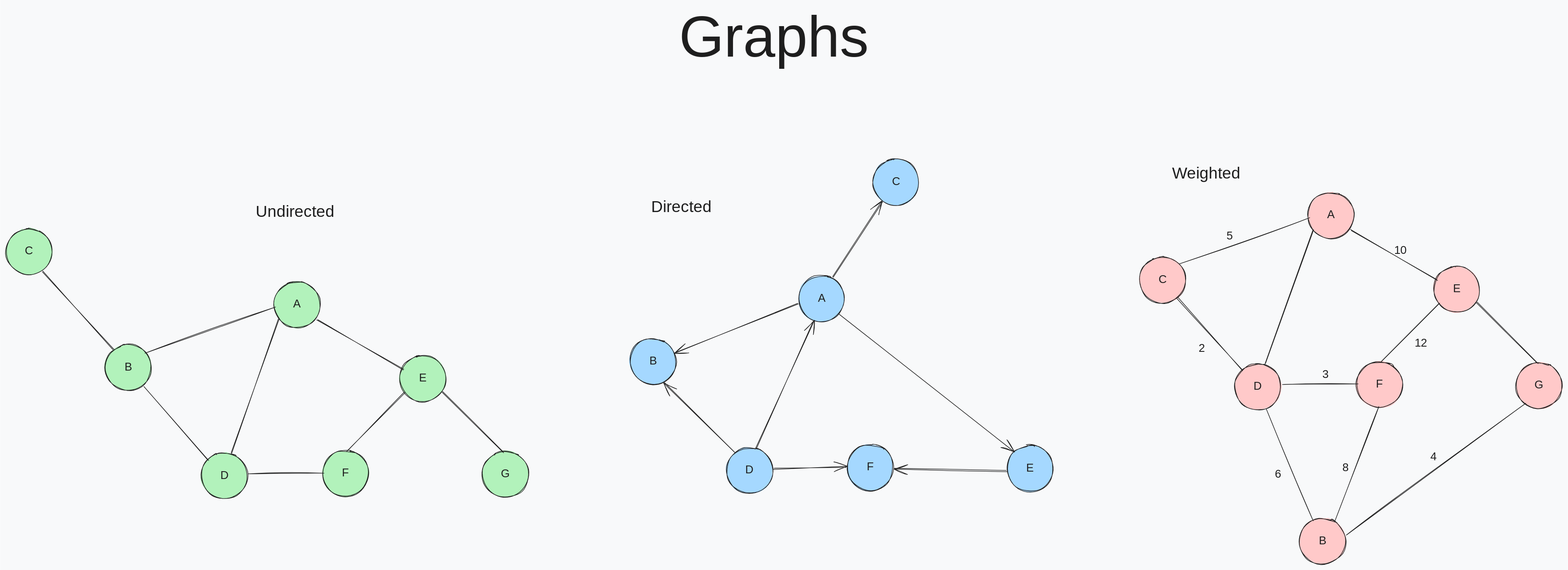
Before: Complex DS/Graphs/Graphs.svg, a diagram exported from Excalidraw (PDochev/Data-Structures-and-Algorithms). Source tidied: one line per element, renumbered; positions are measured from the earlier drawing's top-left corner, leaving out a move shared by most shapes. Its diagram source:
```json
{"id": 0, "type": "ellipse", "strokeColor": "#1e1e1e", "backgroundColor": "#b2f2bb", "fillStyle": "solid", "strokeWidth": 1, "roughness": 1, "round": true, "x": 467, "y": 481, "width": 80, "height": 80}
{"id": 1, "type": "text", "text": "A", "strokeColor": "#1e1e1e", "backgroundColor": "#e9ecef", "fillStyle": "solid", "strokeWidth": 1, "roughness": 1, "fontSize": 20, "fontFamily": 5, "textAlign": "center", "verticalAlign": "middle", "inside": 0, "x": 500, "y": 508, "width": 14, "height": 25}
{"id": 2, "type": "ellipse", "strokeColor": "#1e1e1e", "backgroundColor": "#b2f2bb", "fillStyle": "solid", "strokeWidth": 1, "roughness": 1, "round": true, "x": 173, "y": 590, "width": 80, "height": 80}
{"id": 3, "type": "text", "text": "B", "strokeColor": "#1e1e1e", "backgroundColor": "#e9ecef", "fillStyle": "solid", "strokeWidth": 1, "roughness": 1, "fontSize": 20, "fontFamily": 5, "textAlign": "center", "verticalAlign": "middle", "inside": 2, "x": 206, "y": 618, "width": 15, "height": 25}
{"id": 4, "type": "ellipse", "strokeColor": "#1e1e1e", "backgroundColor": "#b2f2bb", "fillStyle": "solid", "strokeWidth": 1, "roughness": 1, "round": true, "x": 0, "y": 388, "width": 80, "height": 80}
{"id": 5, "type": "text", "text": "C", "strokeColor": "#1e1e1e", "backgroundColor": "#e9ecef", "fillStyle": "solid", "strokeWidth": 1, "roughness": 1, "fontSize": 20, "fontFamily": 5, "textAlign": "center", "verticalAlign": "middle", "inside": 4, "x": 34, "y": 416, "width": 13, "height": 25}
{"id": 6, "type": "ellipse", "strokeColor": "#1e1e1e", "backgroundColor": "#b2f2bb", "fillStyle": "solid", "strokeWidth": 1, "roughness": 1, "round": true, "x": 340, "y": 779, "width": 80, "height": 80}
{"id": 7, "type": "text", "text": "D", "strokeColor": "#1e1e1e", "backgroundColor": "#e9ecef", "fillStyle": "solid", "strokeWidth": 1, "roughness": 1, "fontSize": 20, "fontFamily": 5, "textAlign": "center", "verticalAlign": "middle", "inside": 6, "x": 373, "y": 807, "width": 16, "height": 25}
{"id": 8, "type": "ellipse", "strokeColor": "#1e1e1e", "backgroundColor": "#b2f2bb", "fillStyle": "solid", "strokeWidth": 1, "roughness": 1, "round": true, "x": 686, "y": 609, "width": 80, "height": 80}
{"id": 9, "type": "text", "text": "E", "strokeColor": "#1e1e1e", "backgroundColor": "#e9ecef", "fillStyle": "solid", "strokeWidth": 1, "roughness": 1, "fontSize": 20, "fontFamily": 5, "textAlign": "center", "verticalAlign": "middle", "inside": 8, "x": 719, "y": 637, "width": 14, "height": 25}
{"id": 10, "type": "ellipse", "strokeColor": "#1e1e1e", "backgroundColor": "#b2f2bb", "fillStyle": "solid", "strokeWidth": 1, "roughness": 1, "round": true, "x": 551, "y": 775, "width": 80, "height": 80}
{"id": 11, "type": "text", "text": "F", "strokeColor": "#1e1e1e", "backgroundColor": "#e9ecef", "fillStyle": "solid", "strokeWidth": 1, "roughness": 1, "fontSize": 20, "fontFamily": 5, "textAlign": "center", "verticalAlign": "middle", "inside": 10, "x": 585, "y": 803, "width": 14, "height": 25}
{"id": 12, "type": "ellipse", "strokeColor": "#1e1e1e", "backgroundColor": "#b2f2bb", "fillStyle": "solid", "strokeWidth": 1, "roughness": 1, "round": true, "x": 830, "y": 776, "width": 80, "height": 80}
{"id": 13, "type": "text", "text": "G", "strokeColor": "#1e1e1e", "backgroundColor": "#e9ecef", "fillStyle": "solid", "strokeWidth": 1, "roughness": 1, "fontSize": 20, "fontFamily": 5, "textAlign": "center", "verticalAlign": "middle", "inside": 12, "x": 862, "y": 804, "width": 16, "height": 25}
{"id": 14, "type": "line", "strokeColor": "#1e1e1e", "backgroundColor": "#e9ecef", "fillStyle": "solid", "strokeWidth": 1, "roughness": 1, "round": true, "x": 475, "y": 546, "width": 83, "height": 234, "points": [[0, 0], [-83, 234]]}
{"id": 15, "type": "line", "strokeColor": "#1e1e1e", "backgroundColor": "#e9ecef", "fillStyle": "solid", "strokeWidth": 1, "roughness": 1, "round": true, "x": 240, "y": 664, "width": 112, "height": 127, "points": [[0, 0], [112, 127]]}
{"id": 16, "type": "line", "strokeColor": "#1e1e1e", "backgroundColor": "#e9ecef", "fillStyle": "solid", "strokeWidth": 1, "roughness": 1, "round": true, "x": 187, "y": 598, "width": 123, "height": 136, "points": [[0, 0], [-123, -136]]}
{"id": 17, "type": "line", "strokeColor": "#1e1e1e", "backgroundColor": "#e9ecef", "fillStyle": "solid", "strokeWidth": 1, "roughness": 1, "round": true, "x": 542, "y": 546, "width": 151, "height": 87, "points": [[0, 0], [151, 87]]}
{"id": 18, "type": "line", "strokeColor": "#1e1e1e", "backgroundColor": "#e9ecef", "fillStyle": "solid", "strokeWidth": 1, "roughness": 1, "round": true, "x": 760, "y": 672, "width": 106, "height": 106, "points": [[0, 0], [106, 106]]}
{"id": 19, "type": "line", "strokeColor": "#1e1e1e", "backgroundColor": "#e9ecef", "fillStyle": "solid", "strokeWidth": 1, "roughness": 1, "round": true, "x": 695, "y": 675, "width": 101, "height": 101, "points": [[0, 0], [-101, 101]]}
{"id": 20, "type": "text", "text": "Undirected", "strokeColor": "#1e1e1e", "backgroundColor": "#e9ecef", "fillStyle": "solid", "strokeWidth": 1, "roughness": 1, "fontSize": 28, "fontFamily": 5, "textAlign": "center", "x": 430, "y": 343, "width": 147, "height": 35}
{"id": 21, "type": "line", "strokeColor": "#1e1e1e", "backgroundColor": "#a5d8ff", "fillStyle": "hachure", "strokeWidth": 1, "roughness": 1, "x": 422, "y": 816, "width": 132, "height": 1, "points": [[0, 0], [132, -1]]}
{"id": 22, "type": "line", "strokeColor": "#1e1e1e", "backgroundColor": "#a5d8ff", "fillStyle": "hachure", "strokeWidth": 1, "roughness": 1, "x": 242, "y": 606, "width": 227, "height": 81, "points": [[0, 0], [227, -81]]}
{"id": 23, "type": "ellipse", "strokeColor": "#1e1e1e", "backgroundColor": "#a5d8ff", "fillStyle": "solid", "strokeWidth": 1, "roughness": 1, "round": true, "x": 1381, "y": 470, "width": 80, "height": 80}
{"id": 24, "type": "text", "text": "A", "strokeColor": "#1e1e1e", "backgroundColor": "#e9ecef", "fillStyle": "solid", "strokeWidth": 1, "roughness": 1, "fontSize": 20, "fontFamily": 5, "textAlign": "center", "verticalAlign": "middle", "inside": 23, "x": 1414, "y": 498, "width": 14, "height": 25}
{"id": 25, "type": "ellipse", "strokeColor": "#1e1e1e", "backgroundColor": "#a5d8ff", "fillStyle": "solid", "strokeWidth": 1, "roughness": 1, "round": true, "x": 1087, "y": 580, "width": 80, "height": 80}
{"id": 26, "type": "text", "text": "B", "strokeColor": "#1e1e1e", "backgroundColor": "#e9ecef", "fillStyle": "solid", "strokeWidth": 1, "roughness": 1, "fontSize": 20, "fontFamily": 5, "textAlign": "center", "verticalAlign": "middle", "inside": 25, "x": 1119, "y": 607, "width": 15, "height": 25}
{"id": 27, "type": "ellipse", "strokeColor": "#1e1e1e", "backgroundColor": "#a5d8ff", "fillStyle": "solid", "strokeWidth": 1, "roughness": 1, "round": true, "x": 1255, "y": 770, "width": 80, "height": 80}
{"id": 28, "type": "text", "text": "D", "strokeColor": "#1e1e1e", "backgroundColor": "#e9ecef", "fillStyle": "solid", "strokeWidth": 1, "roughness": 1, "fontSize": 20, "fontFamily": 5, "textAlign": "center", "verticalAlign": "middle", "inside": 27, "x": 1288, "y": 797, "width": 16, "height": 25}
{"id": 29, "type": "ellipse", "strokeColor": "#1e1e1e", "backgroundColor": "#a5d8ff", "fillStyle": "solid", "strokeWidth": 1, "roughness": 1, "round": true, "x": 1465, "y": 764, "width": 80, "height": 80}
{"id": 30, "type": "text", "text": "F", "strokeColor": "#1e1e1e", "backgroundColor": "#e9ecef", "fillStyle": "solid", "strokeWidth": 1, "roughness": 1, "fontSize": 20, "fontFamily": 5, "textAlign": "center", "verticalAlign": "middle", "inside": 29, "x": 1499, "y": 792, "width": 14, "height": 25}
{"id": 31, "type": "ellipse", "strokeColor": "#1e1e1e", "backgroundColor": "#a5d8ff", "fillStyle": "solid", "strokeWidth": 1, "roughness": 1, "round": true, "x": 1744, "y": 766, "width": 80, "height": 80}
{"id": 32, "type": "text", "text": "E", "strokeColor": "#1e1e1e", "backgroundColor": "#e9ecef", "fillStyle": "solid", "strokeWidth": 1, "roughness": 1, "fontSize": 20, "fontFamily": 5, "textAlign": "center", "verticalAlign": "middle", "inside": 31, "x": 1777, "y": 794, "width": 14, "height": 25}
{"id": 33, "type": "ellipse", "strokeColor": "#1e1e1e", "backgroundColor": "#a5d8ff", "fillStyle": "solid", "strokeWidth": 1, "roughness": 1, "round": true, "x": 1510, "y": 267, "width": 80, "height": 80}
{"id": 34, "type": "text", "text": "C", "strokeColor": "#1e1e1e", "backgroundColor": "#e9ecef", "fillStyle": "solid", "strokeWidth": 1, "roughness": 1, "fontSize": 20, "fontFamily": 5, "textAlign": "center", "verticalAlign": "middle", "inside": 33, "x": 1544, "y": 295, "width": 13, "height": 25}
{"id": 35, "type": "arrow", "strokeColor": "#1e1e1e", "backgroundColor": "#a5d8ff", "fillStyle": "hachure", "strokeWidth": 1, "roughness": 1, "endArrowhead": "arrow", "round": true, "from": 27, "to": 25, "x": 1269, "y": 778, "width": 122, "height": 122, "points": [[0, 0], [-122, -122]]}
{"id": 36, "type": "arrow", "strokeColor": "#1e1e1e", "backgroundColor": "#a5d8ff", "fillStyle": "hachure", "strokeWidth": 1, "roughness": 1, "endArrowhead": "arrow", "round": true, "from": 27, "to": 23, "x": 1308, "y": 771, "width": 100, "height": 221, "points": [[0, 0], [100, -221]]}
{"id": 37, "type": "arrow", "strokeColor": "#1e1e1e", "backgroundColor": "#a5d8ff", "fillStyle": "hachure", "strokeWidth": 1, "roughness": 1, "endArrowhead": "arrow", "round": true, "from": 27, "to": 29, "x": 1337, "y": 807, "width": 127, "height": 2, "points": [[0, 0], [127, -2]]}
{"id": 38, "type": "arrow", "strokeColor": "#1e1e1e", "backgroundColor": "#a5d8ff", "fillStyle": "hachure", "strokeWidth": 1, "roughness": 1, "endArrowhead": "arrow", "round": true, "from": 23, "to": 33, "x": 1440, "y": 474, "width": 87, "height": 133, "points": [[0, 0], [87, -133]]}
{"id": 39, "type": "arrow", "strokeColor": "#1e1e1e", "backgroundColor": "#a5d8ff", "fillStyle": "hachure", "strokeWidth": 1, "roughness": 1, "endArrowhead": "arrow", "round": true, "from": 23, "to": 25, "x": 1381, "y": 520, "width": 215, "height": 86, "points": [[0, 0], [-215, 86]]}
{"id": 40, "type": "arrow", "strokeColor": "#1e1e1e", "backgroundColor": "#a5d8ff", "fillStyle": "hachure", "strokeWidth": 1, "roughness": 1, "endArrowhead": "arrow", "round": true, "from": 31, "to": 29, "x": 1743, "y": 810, "width": 196, "height": 4, "points": [[0, 0], [-196, -4]]}
{"id": 41, "type": "arrow", "strokeColor": "#1e1e1e", "backgroundColor": "#a5d8ff", "fillStyle": "hachure", "strokeWidth": 1, "roughness": 1, "endArrowhead": "arrow", "round": true, "from": 23, "to": 31, "x": 1451, "y": 538, "width": 305, "height": 238, "points": [[0, 0], [305, 238]]}
{"id": 42, "type": "text", "text": "Directed", "strokeColor": "#1e1e1e", "backgroundColor": "#e9ecef", "fillStyle": "solid", "strokeWidth": 1, "roughness": 1, "fontSize": 28, "fontFamily": 5, "textAlign": "center", "x": 1118, "y": 335, "width": 116, "height": 35}
{"id": 43, "type": "ellipse", "strokeColor": "#1e1e1e", "backgroundColor": "#ffc9c9", "fillStyle": "solid", "strokeWidth": 1, "roughness": 1, "round": true, "x": 2268, "y": 325, "width": 80, "height": 80}
{"id": 44, "type": "text", "text": "A", "strokeColor": "#1e1e1e", "backgroundColor": "#e9ecef", "fillStyle": "solid", "strokeWidth": 1, "roughness": 1, "fontSize": 20, "fontFamily": 5, "textAlign": "center", "verticalAlign": "middle", "inside": 43, "x": 2301, "y": 353, "width": 14, "height": 25}
{"id": 45, "type": "ellipse", "strokeColor": "#1e1e1e", "backgroundColor": "#ffc9c9", "fillStyle": "solid", "strokeWidth": 1, "roughness": 1, "round": true, "x": 2253, "y": 893, "width": 80, "height": 80}
{"id": 46, "type": "text", "text": "B", "strokeColor": "#1e1e1e", "backgroundColor": "#e9ecef", "fillStyle": "solid", "strokeWidth": 1, "roughness": 1, "fontSize": 20, "fontFamily": 5, "textAlign": "center", "verticalAlign": "middle", "inside": 45, "x": 2286, "y": 921, "width": 15, "height": 25}
{"id": 47, "type": "ellipse", "strokeColor": "#1e1e1e", "backgroundColor": "#ffc9c9", "fillStyle": "solid", "strokeWidth": 1, "roughness": 1, "round": true, "x": 1975, "y": 438, "width": 80, "height": 80}
{"id": 48, "type": "text", "text": "C", "strokeColor": "#1e1e1e", "backgroundColor": "#e9ecef", "fillStyle": "solid", "strokeWidth": 1, "roughness": 1, "fontSize": 20, "fontFamily": 5, "textAlign": "center", "verticalAlign": "middle", "inside": 47, "x": 2009, "y": 465, "width": 13, "height": 25}
{"id": 49, "type": "ellipse", "strokeColor": "#1e1e1e", "backgroundColor": "#ffc9c9", "fillStyle": "solid", "strokeWidth": 1, "roughness": 1, "round": true, "x": 2141, "y": 624, "width": 80, "height": 80}
{"id": 50, "type": "text", "text": "D", "strokeColor": "#1e1e1e", "backgroundColor": "#e9ecef", "fillStyle": "solid", "strokeWidth": 1, "roughness": 1, "fontSize": 20, "fontFamily": 5, "textAlign": "center", "verticalAlign": "middle", "inside": 49, "x": 2173, "y": 652, "width": 16, "height": 25}
{"id": 51, "type": "ellipse", "strokeColor": "#1e1e1e", "backgroundColor": "#ffc9c9", "fillStyle": "solid", "strokeWidth": 1, "roughness": 1, "round": true, "x": 2487, "y": 454, "width": 80, "height": 80}
{"id": 52, "type": "text", "text": "E", "strokeColor": "#1e1e1e", "backgroundColor": "#e9ecef", "fillStyle": "solid", "strokeWidth": 1, "roughness": 1, "fontSize": 20, "fontFamily": 5, "textAlign": "center", "verticalAlign": "middle", "inside": 51, "x": 2520, "y": 482, "width": 14, "height": 25}
{"id": 53, "type": "ellipse", "strokeColor": "#1e1e1e", "backgroundColor": "#ffc9c9", "fillStyle": "solid", "strokeWidth": 1, "roughness": 1, "round": true, "x": 2353, "y": 620, "width": 80, "height": 80}
{"id": 54, "type": "text", "text": "F", "strokeColor": "#1e1e1e", "backgroundColor": "#e9ecef", "fillStyle": "solid", "strokeWidth": 1, "roughness": 1, "fontSize": 20, "fontFamily": 5, "textAlign": "center", "verticalAlign": "middle", "inside": 53, "x": 2386, "y": 648, "width": 14, "height": 25}
{"id": 55, "type": "ellipse", "strokeColor": "#1e1e1e", "backgroundColor": "#ffc9c9", "fillStyle": "solid", "strokeWidth": 1, "roughness": 1, "round": true, "x": 2630, "y": 621, "width": 80, "height": 80}
{"id": 56, "type": "text", "text": "G", "strokeColor": "#1e1e1e", "backgroundColor": "#e9ecef", "fillStyle": "solid", "strokeWidth": 1, "roughness": 1, "fontSize": 20, "fontFamily": 5, "textAlign": "center", "verticalAlign": "middle", "inside": 55, "x": 2663, "y": 649, "width": 16, "height": 25}
{"id": 57, "type": "line", "strokeColor": "#1e1e1e", "backgroundColor": "#e9ecef", "fillStyle": "solid", "strokeWidth": 1, "roughness": 1, "round": true, "x": 2277, "y": 390, "width": 83, "height": 234, "points": [[0, 0], [-83, 234]]}
{"id": 58, "type": "line", "strokeColor": "#1e1e1e", "backgroundColor": "#e9ecef", "fillStyle": "solid", "strokeWidth": 1, "roughness": 1, "round": true, "x": 2042, "y": 508, "width": 112, "height": 127, "points": [[0, 0], [112, 127]]}
{"id": 59, "type": "line", "strokeColor": "#1e1e1e", "backgroundColor": "#e9ecef", "fillStyle": "solid", "strokeWidth": 1, "roughness": 1, "round": true, "x": 2343, "y": 391, "width": 151, "height": 87, "points": [[0, 0], [151, 87]]}
{"id": 60, "type": "line", "strokeColor": "#1e1e1e", "backgroundColor": "#e9ecef", "fillStyle": "solid", "strokeWidth": 1, "roughness": 1, "round": true, "x": 2562, "y": 516, "width": 106, "height": 106, "points": [[0, 0], [106, 106]]}
{"id": 61, "type": "line", "strokeColor": "#1e1e1e", "backgroundColor": "#e9ecef", "fillStyle": "solid", "strokeWidth": 1, "roughness": 1, "round": true, "x": 2497, "y": 519, "width": 101, "height": 101, "points": [[0, 0], [-101, 101]]}
{"id": 62, "type": "line", "strokeColor": "#1e1e1e", "backgroundColor": "#a5d8ff", "fillStyle": "hachure", "strokeWidth": 1, "roughness": 1, "x": 2224, "y": 660, "width": 132, "height": 1, "points": [[0, 0], [132, -1]]}
{"id": 63, "type": "line", "strokeColor": "#1e1e1e", "backgroundColor": "#a5d8ff", "fillStyle": "hachure", "strokeWidth": 1, "roughness": 1, "x": 2044, "y": 450, "width": 227, "height": 81, "points": [[0, 0], [227, -81]]}
{"id": 64, "type": "line", "strokeColor": "#1e1e1e", "backgroundColor": "#a5d8ff", "fillStyle": "hachure", "strokeWidth": 1, "roughness": 1, "x": 2196, "y": 703, "width": 82, "height": 195, "points": [[0, 0], [82, 195]]}
{"id": 65, "type": "line", "strokeColor": "#1e1e1e", "backgroundColor": "#a5d8ff", "fillStyle": "hachure", "strokeWidth": 1, "roughness": 1, "x": 2392, "y": 698, "width": 77, "height": 200, "points": [[0, 0], [-77, 200]]}
{"id": 66, "type": "line", "strokeColor": "#1e1e1e", "backgroundColor": "#a5d8ff", "fillStyle": "hachure", "strokeWidth": 1, "roughness": 1, "x": 2335, "y": 922, "width": 313, "height": 230, "points": [[0, 0], [313, -230]]}
{"id": 67, "type": "text", "text": "5", "strokeColor": "#1e1e1e", "backgroundColor": "#a5d8ff", "fillStyle": "hachure", "strokeWidth": 1, "roughness": 1, "fontSize": 20, "fontFamily": 5, "textAlign": "center", "x": 2126, "y": 390, "width": 12, "height": 25}
{"id": 68, "type": "text", "text": "2", "strokeColor": "#1e1e1e", "backgroundColor": "#a5d8ff", "fillStyle": "hachure", "strokeWidth": 1, "roughness": 1, "fontSize": 20, "fontFamily": 5, "textAlign": "center", "x": 2076, "y": 586, "width": 14, "height": 25}
{"id": 69, "type": "text", "text": "10", "strokeColor": "#1e1e1e", "backgroundColor": "#a5d8ff", "fillStyle": "hachure", "strokeWidth": 1, "roughness": 1, "fontSize": 20, "fontFamily": 5, "textAlign": "center", "x": 2418, "y": 414, "width": 22, "height": 25}
{"id": 70, "type": "text", "text": "3", "strokeColor": "#1e1e1e", "backgroundColor": "#a5d8ff", "fillStyle": "hachure", "strokeWidth": 1, "roughness": 1, "fontSize": 20, "fontFamily": 5, "textAlign": "center", "x": 2293, "y": 631, "width": 12, "height": 25}
{"id": 71, "type": "text", "text": "12", "strokeColor": "#1e1e1e", "backgroundColor": "#a5d8ff", "fillStyle": "hachure", "strokeWidth": 1, "roughness": 1, "fontSize": 20, "fontFamily": 5, "textAlign": "center", "x": 2453, "y": 577, "width": 23, "height": 25}
{"id": 72, "type": "text", "text": "4", "strokeColor": "#1e1e1e", "backgroundColor": "#a5d8ff", "fillStyle": "hachure", "strokeWidth": 1, "roughness": 1, "fontSize": 20, "fontFamily": 5, "textAlign": "center", "x": 2481, "y": 774, "width": 12, "height": 25}
{"id": 73, "type": "text", "text": "6", "strokeColor": "#1e1e1e", "backgroundColor": "#a5d8ff", "fillStyle": "hachure", "strokeWidth": 1, "roughness": 1, "fontSize": 20, "fontFamily": 5, "textAlign": "center", "x": 2210, "y": 805, "width": 13, "height": 25}
{"id": 74, "type": "text", "text": "8", "strokeColor": "#1e1e1e", "backgroundColor": "#a5d8ff", "fillStyle": "hachure", "strokeWidth": 1, "roughness": 1, "fontSize": 20, "fontFamily": 5, "textAlign": "center", "x": 2327, "y": 794, "width": 13, "height": 25}
{"id": 75, "type": "text", "text": "Weighted", "strokeColor": "#1e1e1e", "backgroundColor": "#e9ecef", "fillStyle": "solid", "strokeWidth": 1, "roughness": 1, "fontSize": 28, "fontFamily": 5, "textAlign": "center", "x": 2030, "y": 277, "width": 123, "height": 35}
{"id": 76, "type": "text", "text": "Graphs", "strokeColor": "#1e1e1e", "backgroundColor": "#a5d8ff", "fillStyle": "hachure", "strokeWidth": 1, "roughness": 1, "fontSize": 100.57, "fontFamily": 5, "textAlign": "center", "x": 1168, "y": 0, "width": 339, "height": 126}
```
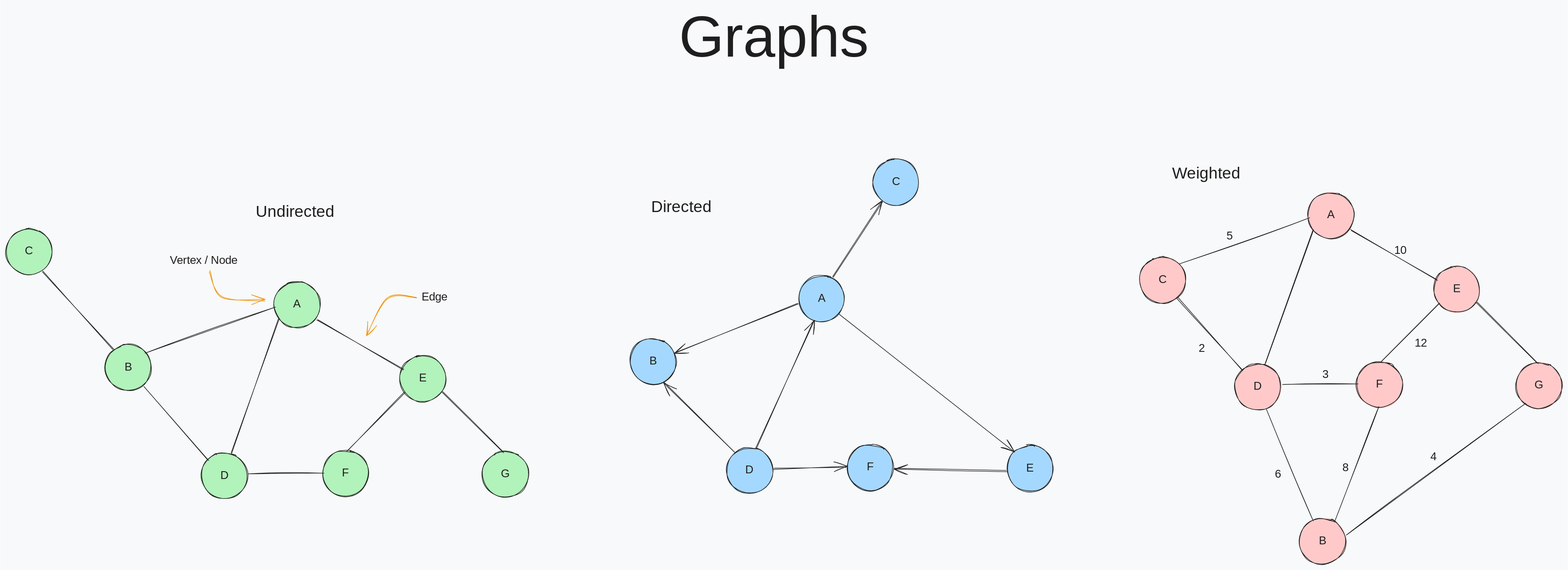
Above is the later version.

Commit message:
Add Graph class implementation with Vertex and Edge support

The edit, as a diff of the source:
```diff
@@ -75,3 +75,7 @@
 {"id": 74, "type": "text", "text": "8", "strokeColor": "#1e1e1e", "backgroundColor": "#a5d8ff", "fillStyle": "hachure", "strokeWidth": 1, "roughness": 1, "fontSize": 20, "fontFamily": 5, "textAlign": "center", "x": 2327, "y": 794, "width": 13, "height": 25}
 {"id": 75, "type": "text", "text": "Weighted", "strokeColor": "#1e1e1e", "backgroundColor": "#e9ecef", "fillStyle": "solid", "strokeWidth": 1, "roughness": 1, "fontSize": 28, "fontFamily": 5, "textAlign": "center", "x": 2030, "y": 277, "width": 123, "height": 35}
 {"id": 76, "type": "text", "text": "Graphs", "strokeColor": "#1e1e1e", "backgroundColor": "#a5d8ff", "fillStyle": "hachure", "strokeWidth": 1, "roughness": 1, "fontSize": 100.57, "fontFamily": 5, "textAlign": "center", "x": 1168, "y": 0, "width": 339, "height": 126}
+{"id": 77, "type": "arrow", "strokeColor": "#f08c00", "backgroundColor": "#ffc9c9", "fillStyle": "hachure", "strokeWidth": 1, "roughness": 1, "endArrowhead": "arrow", "round": true, "x": 715, "y": 509, "width": 88, "height": 65, "points": [[0, 0], [-51, 1], [-88, 65]]}
+{"id": 78, "type": "text", "text": "Edge", "strokeColor": "#1e1e1e", "backgroundColor": "#ffc9c9", "fillStyle": "hachure", "strokeWidth": 1, "roughness": 1, "fontSize": 20, "fontFamily": 5, "textAlign": "center", "x": 722, "y": 496, "width": 49, "height": 25}
+{"id": 79, "type": "arrow", "strokeColor": "#f08c00", "angle": 4.27, "backgroundColor": "#ffc9c9", "fillStyle": "hachure", "strokeWidth": 1, "roughness": 1, "endArrowhead": "arrow", "round": true, "x": 446, "y": 456, "width": 88, "height": 65, "points": [[0, 0], [-51, 1], [-88, 65]]}
+{"id": 80, "type": "text", "text": "Vertex / Node", "strokeColor": "#1e1e1e", "backgroundColor": "#ffc9c9", "fillStyle": "hachure", "strokeWidth": 1, "roughness": 1, "fontSize": 20, "fontFamily": 5, "textAlign": "center", "x": 275, "y": 432, "width": 139, "height": 25}
```
